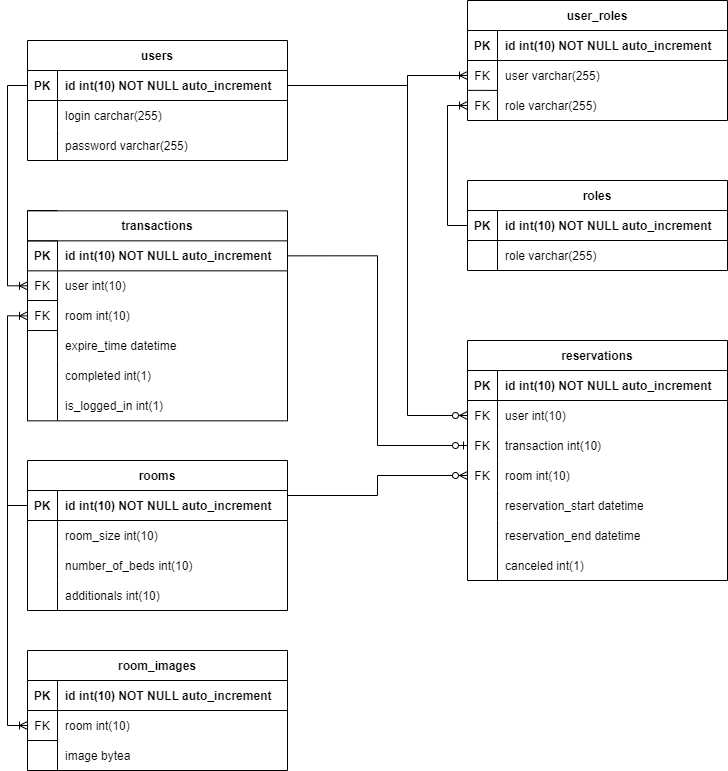
Before: database/db_relations/hotel_db.png, a diagram exported from draw.io (DawidBogon/HotelBookingApp). Source tidied: cells renumbered, new cells last; positions are measured from the earlier drawing's top-left corner, leaving out a move shared by most shapes.
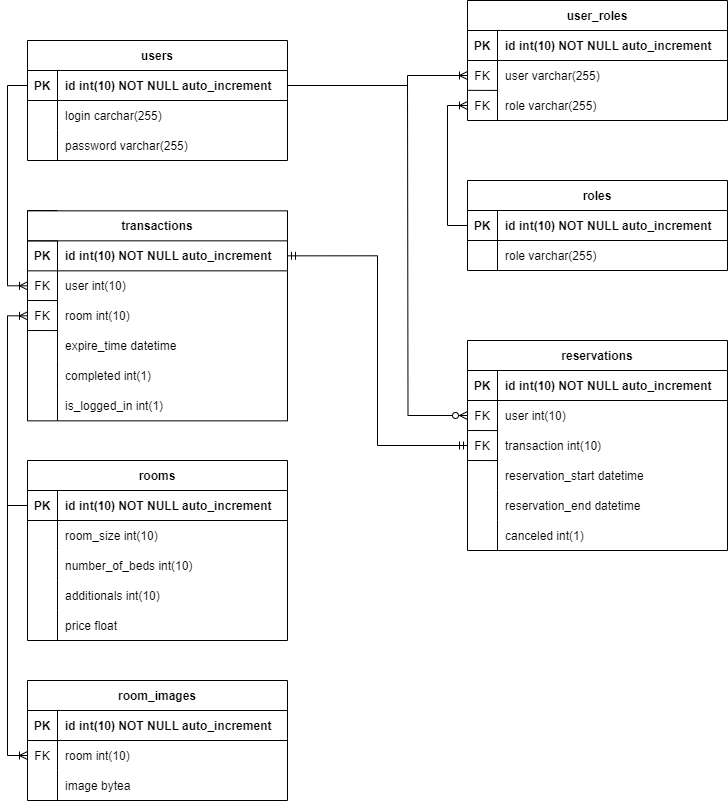
Above is the later version.

Commit message:
Fix database schemas

Diff of the diagram source:
```diff
@@ -1,4 +1,4 @@
-<mxGraphModel>
+<mxGraphModel background="#ffffff">
   <root>
     <mxCell id="0" />
     <mxCell id="1" parent="0" />
@@ -155,7 +155,7 @@
       <mxGeometry x="30" width="230" height="30" as="geometry" />
     </mxCell>
     <mxCell id="51" value="rooms" style="shape=table;startSize=30;rowLines=0;fontStyle=1;align=center;" parent="1" vertex="1">
-      <mxGeometry x="20" y="460" width="260" height="150" as="geometry" />
+      <mxGeometry x="20" y="460" width="260" height="180" as="geometry" />
     </mxCell>
     <mxCell id="52" style="shape=tableRow;horizontal=0;startSize=0;swimlaneHead=0;swimlaneBody=0;fillColor=none;points=[[0,0.5],[1,0.5]];portConstraint=eastwest;top=0;left=0;right=0;bottom=1;" parent="51" vertex="1">
       <mxGeometry y="30" width="260" height="30" as="geometry" />
@@ -193,6 +193,15 @@
     <mxCell id="63" value="additionals int(10)" style="shape=partialRectangle;fillColor=none;top=0;left=0;bottom=0;right=0;align=left;spacingLeft=6;overflow=hidden;" parent="61" vertex="1">
       <mxGeometry x="30" width="230" height="30" as="geometry" />
     </mxCell>
+    <mxCell id="107" style="shape=tableRow;horizontal=0;startSize=0;swimlaneHead=0;swimlaneBody=0;fillColor=none;top=0;left=0;right=0;bottom=0;" parent="51" vertex="1">
+      <mxGeometry y="150" width="260" height="30" as="geometry" />
+    </mxCell>
+    <mxCell id="108" style="shape=partialRectangle;fillColor=none;top=0;left=0;bottom=0;right=0;overflow=hidden;" parent="107" vertex="1">
+      <mxGeometry width="30" height="30" as="geometry" />
+    </mxCell>
+    <mxCell id="109" value="price float" style="shape=partialRectangle;fillColor=none;top=0;left=0;bottom=0;right=0;align=left;spacingLeft=6;overflow=hidden;" parent="107" vertex="1">
+      <mxGeometry x="30" width="230" height="30" as="geometry" />
+    </mxCell>
     <mxCell id="64" style="endArrow=none;html=1;rounded=0;entryX=0;entryY=-0.005;entryDx=0;entryDy=0;entryPerimeter=0;exitX=0.115;exitY=0.997;exitDx=0;exitDy=0;exitPerimeter=0;" parent="1" edge="1">
       <mxGeometry relative="1" as="geometry">
         <mxPoint x="49.9" y="210.1" as="sourcePoint" />
@@ -212,7 +221,7 @@
       <mxGeometry relative="1" as="geometry" />
     </mxCell>
     <mxCell id="68" value="reservations" style="shape=table;startSize=30;rowLines=0;fontStyle=1;align=center;" parent="1" vertex="1">
-      <mxGeometry x="460" y="340" width="260" height="240" as="geometry" />
+      <mxGeometry x="460" y="340" width="260" height="210" as="geometry" />
     </mxCell>
     <mxCell id="69" style="shape=tableRow;horizontal=0;startSize=0;swimlaneHead=0;swimlaneBody=0;fillColor=none;top=0;left=0;right=0;bottom=1;" parent="68" vertex="1">
       <mxGeometry y="30" width="260" height="30" as="geometry" />
@@ -241,17 +250,8 @@
     <mxCell id="77" value="transaction int(10)" style="shape=partialRectangle;fillColor=none;top=0;left=0;bottom=0;right=0;align=left;spacingLeft=6;overflow=hidden;" parent="75" vertex="1">
       <mxGeometry x="30" width="230" height="30" as="geometry" />
     </mxCell>
-    <mxCell id="78" style="shape=tableRow;horizontal=0;startSize=0;swimlaneHead=0;swimlaneBody=0;fillColor=none;points=[[0,0.5],[1,0.5]];portConstraint=eastwest;top=0;left=0;right=0;bottom=0;" parent="68" vertex="1">
-      <mxGeometry y="120" width="260" height="30" as="geometry" />
-    </mxCell>
-    <mxCell id="79" value="FK" style="shape=partialRectangle;fillColor=none;top=0;left=0;bottom=0;right=0;overflow=hidden;" parent="78" vertex="1">
-      <mxGeometry width="30" height="30" as="geometry" />
-    </mxCell>
-    <mxCell id="80" value="room int(10)" style="shape=partialRectangle;fillColor=none;top=0;left=0;bottom=0;right=0;align=left;spacingLeft=6;overflow=hidden;" parent="78" vertex="1">
-      <mxGeometry x="30" width="230" height="30" as="geometry" />
-    </mxCell>
     <mxCell id="81" style="shape=tableRow;horizontal=0;startSize=0;swimlaneHead=0;swimlaneBody=0;fillColor=none;top=0;left=0;right=0;bottom=0;" parent="68" vertex="1">
-      <mxGeometry y="150" width="260" height="30" as="geometry" />
+      <mxGeometry y="120" width="260" height="30" as="geometry" />
     </mxCell>
     <mxCell id="82" style="shape=partialRectangle;fillColor=none;top=0;left=0;bottom=0;right=0;overflow=hidden;" parent="81" vertex="1">
       <mxGeometry width="30" height="30" as="geometry" />
@@ -260,7 +260,7 @@
       <mxGeometry x="30" width="230" height="30" as="geometry" />
     </mxCell>
     <mxCell id="84" style="shape=tableRow;horizontal=0;startSize=0;swimlaneHead=0;swimlaneBody=0;fillColor=none;top=0;left=0;right=0;bottom=0;" parent="68" vertex="1">
-      <mxGeometry y="180" width="260" height="30" as="geometry" />
+      <mxGeometry y="150" width="260" height="30" as="geometry" />
     </mxCell>
     <mxCell id="85" style="shape=partialRectangle;fillColor=none;top=0;left=0;bottom=0;right=0;overflow=hidden;" parent="84" vertex="1">
       <mxGeometry width="30" height="30" as="geometry" />
@@ -269,7 +269,7 @@
       <mxGeometry x="30" width="230" height="30" as="geometry" />
     </mxCell>
     <mxCell id="87" style="shape=tableRow;horizontal=0;startSize=0;swimlaneHead=0;swimlaneBody=0;fillColor=none;top=0;left=0;right=0;bottom=0;" parent="68" vertex="1">
-      <mxGeometry y="210" width="260" height="30" as="geometry" />
+      <mxGeometry y="180" width="260" height="30" as="geometry" />
     </mxCell>
     <mxCell id="88" style="shape=partialRectangle;fillColor=none;top=0;left=0;bottom=0;right=0;overflow=hidden;" parent="87" vertex="1">
       <mxGeometry width="30" height="30" as="geometry" />
@@ -277,25 +277,16 @@
     <mxCell id="89" value="canceled int(1)" style="shape=partialRectangle;fillColor=none;top=0;left=0;bottom=0;right=0;align=left;spacingLeft=6;overflow=hidden;" parent="87" vertex="1">
       <mxGeometry x="30" width="230" height="30" as="geometry" />
     </mxCell>
-    <mxCell id="90" style="edgeStyle=orthogonalEdgeStyle;rounded=0;jettySize=auto;html=1;exitX=0;exitY=0.5;exitDx=0;exitDy=0;entryX=1;entryY=0.5;entryDx=0;entryDy=0;startArrow=ERzeroToOne;startFill=0;endArrow=none;endFill=0;" parent="1" edge="1" source="75" target="33">
+    <mxCell id="90" style="edgeStyle=orthogonalEdgeStyle;rounded=0;jettySize=auto;html=1;exitX=0;exitY=0.5;exitDx=0;exitDy=0;entryX=1;entryY=0.5;entryDx=0;entryDy=0;startArrow=ERmandOne;startFill=0;endArrow=ERmandOne;endFill=0;" parent="1" edge="1" source="75" target="33">
       <mxGeometry relative="1" as="geometry" />
     </mxCell>
-    <mxCell id="91" style="edgeStyle=orthogonalEdgeStyle;rounded=0;jettySize=auto;html=1;exitX=0;exitY=0.5;exitDx=0;exitDy=0;startArrow=ERzeroToMany;startFill=0;endArrow=none;endFill=0;entryX=1;entryY=0.5;entryDx=0;entryDy=0;" parent="1" edge="1" source="78" target="52">
-      <mxGeometry relative="1" as="geometry">
-        <Array as="points">
-          <mxPoint x="370" y="475" />
-          <mxPoint x="370" y="495" />
-          <mxPoint x="280" y="495" />
-        </Array>
-      </mxGeometry>
-    </mxCell>
     <mxCell id="92" style="edgeStyle=orthogonalEdgeStyle;rounded=0;jettySize=auto;html=1;exitX=0;exitY=0.5;exitDx=0;exitDy=0;startArrow=ERzeroToMany;startFill=0;endArrow=none;endFill=0;" parent="1" edge="1" source="72">
       <mxGeometry relative="1" as="geometry">
         <mxPoint x="400" y="80" as="targetPoint" />
       </mxGeometry>
     </mxCell>
     <mxCell id="93" value="room_images" style="shape=table;startSize=30;rowLines=0;fontStyle=1;align=center;" parent="1" vertex="1">
-      <mxGeometry x="20" y="650" width="260" height="120" as="geometry" />
+      <mxGeometry x="20" y="680" width="260" height="120" as="geometry" />
     </mxCell>
     <mxCell id="94" style="shape=tableRow;horizontal=0;startSize=0;swimlaneHead=0;swimlaneBody=0;fillColor=none;top=0;left=0;right=0;bottom=1;" parent="93" vertex="1">
       <mxGeometry y="30" width="260" height="30" as="geometry" />
@@ -347,5 +338,17 @@
         <mxPoint x="20" y="740" as="targetPoint" />
       </mxGeometry>
     </mxCell>
+    <mxCell id="110" style="endArrow=none;html=1;rounded=0;entryX=0;entryY=-0.005;entryDx=0;entryDy=0;entryPerimeter=0;exitX=0.115;exitY=0.997;exitDx=0;exitDy=0;exitPerimeter=0;" parent="1" edge="1">
+      <mxGeometry relative="1" as="geometry">
+        <mxPoint x="489.9" y="430.1" as="sourcePoint" />
+        <mxPoint x="460" y="430" as="targetPoint" />
+      </mxGeometry>
+    </mxCell>
+    <mxCell id="111" style="endArrow=none;html=1;rounded=0;entryX=0;entryY=-0.005;entryDx=0;entryDy=0;entryPerimeter=0;exitX=0.115;exitY=0.997;exitDx=0;exitDy=0;exitPerimeter=0;" parent="1" edge="1">
+      <mxGeometry relative="1" as="geometry">
+        <mxPoint x="489.9" y="460.1" as="sourcePoint" />
+        <mxPoint x="460" y="460" as="targetPoint" />
+      </mxGeometry>
+    </mxCell>
   </root>
 </mxGraphModel>
```
